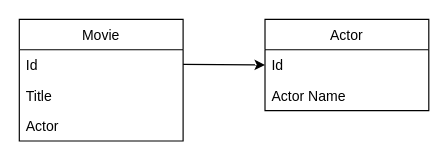
This is erDiagram.drawio from tracysuzanne321/CN-Movie-CLI-mySQL, a draw.io file, before an edit. Source tidied: cells renumbered, new cells numbered last; positions are measured from the earlier drawing's top-left corner, leaving out a move shared by most shapes. Both pictures are drawn from the tidied source at 117%, with x=0, y=0 at pixel (19, 19).
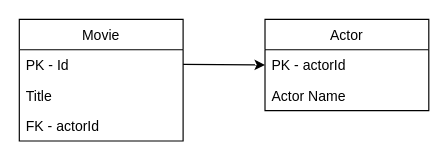
The same page after the edit.

Diff of the diagram source:
```diff
@@
 <mxGraphModel>
   <root>
     <mxCell id="0" />
     <mxCell id="1" parent="0" />
     <mxCell id="2" value="Movie" style="swimlane;fontStyle=0;horizontal=1;startSize=26;fillColor=none;" parent="1" vertex="1">
       <mxGeometry width="140" height="104" as="geometry" />
     </mxCell>
-    <mxCell id="3" value="Id" style="text;strokeColor=none;fillColor=none;align=left;verticalAlign=top;spacingLeft=4;spacingRight=4;overflow=hidden;" parent="2" vertex="1">
+    <mxCell id="3" value="PK - Id" style="text;strokeColor=none;fillColor=none;align=left;verticalAlign=top;spacingLeft=4;spacingRight=4;overflow=hidden;" parent="2" vertex="1">
       <mxGeometry y="26" width="140" height="26" as="geometry" />
     </mxCell>
     <mxCell id="4" value="Title" style="text;strokeColor=none;fillColor=none;align=left;verticalAlign=top;spacingLeft=4;spacingRight=4;overflow=hidden;" parent="2" vertex="1">
       <mxGeometry y="52" width="140" height="26" as="geometry" />
     </mxCell>
-    <mxCell id="5" value="Actor" style="text;strokeColor=none;fillColor=none;align=left;verticalAlign=top;spacingLeft=4;spacingRight=4;overflow=hidden;" parent="2" vertex="1">
+    <mxCell id="5" value="FK - actorId" style="text;strokeColor=none;fillColor=none;align=left;verticalAlign=top;spacingLeft=4;spacingRight=4;overflow=hidden;" parent="2" vertex="1">
       <mxGeometry y="78" width="140" height="26" as="geometry" />
     </mxCell>
     <mxCell id="6" value="Actor" style="swimlane;fontStyle=0;horizontal=1;startSize=26;fillColor=none;" parent="1" vertex="1">
       <mxGeometry x="210" width="140" height="78" as="geometry" />
     </mxCell>
-    <mxCell id="7" value="Id" style="text;strokeColor=none;fillColor=none;align=left;verticalAlign=top;spacingLeft=4;spacingRight=4;overflow=hidden;points=[[0,0.5],[1,0.5]];portConstraint=eastwest;" parent="6" vertex="1">
+    <mxCell id="7" value="PK - actorId" style="text;strokeColor=none;fillColor=none;align=left;verticalAlign=top;spacingLeft=4;spacingRight=4;overflow=hidden;points=[[0,0.5],[1,0.5]];portConstraint=eastwest;" parent="6" vertex="1">
       <mxGeometry y="26" width="140" height="26" as="geometry" />
     </mxCell>
     <mxCell id="8" value="Actor Name" style="text;strokeColor=none;fillColor=none;align=left;verticalAlign=top;spacingLeft=4;spacingRight=4;overflow=hidden;" parent="6" vertex="1">
       <mxGeometry y="52" width="140" height="26" as="geometry" />
     </mxCell>
     <mxCell id="9" style="endArrow=classic;html=1;entryX=0;entryY=0.5;entryDx=0;entryDy=0;" parent="1" edge="1" target="7">
       <mxGeometry relative="1" as="geometry">
         <mxPoint x="140" y="38.5" as="sourcePoint" />
       </mxGeometry>
     </mxCell>
   </root>
 </mxGraphModel>
```
